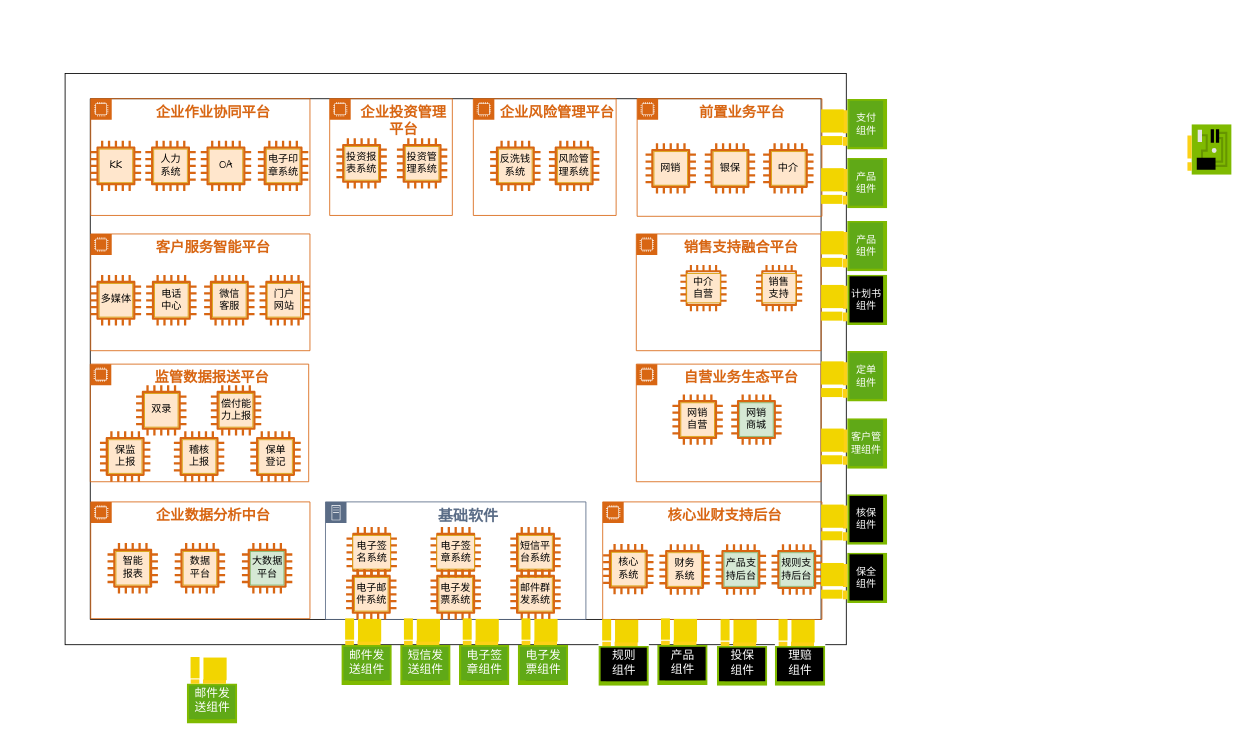
252943203/diagrams keeps this draw.io diagram as 架构图集/应用架构图.drawio. Above is the earlier version. Source tidied: cells renumbered, new cells numbered last; positions are measured from the earlier drawing's top-left corner, leaving out a move shared by most shapes. Both pictures are drawn from the tidied source at 84%, with x=0, y=0 at pixel (65, 73).
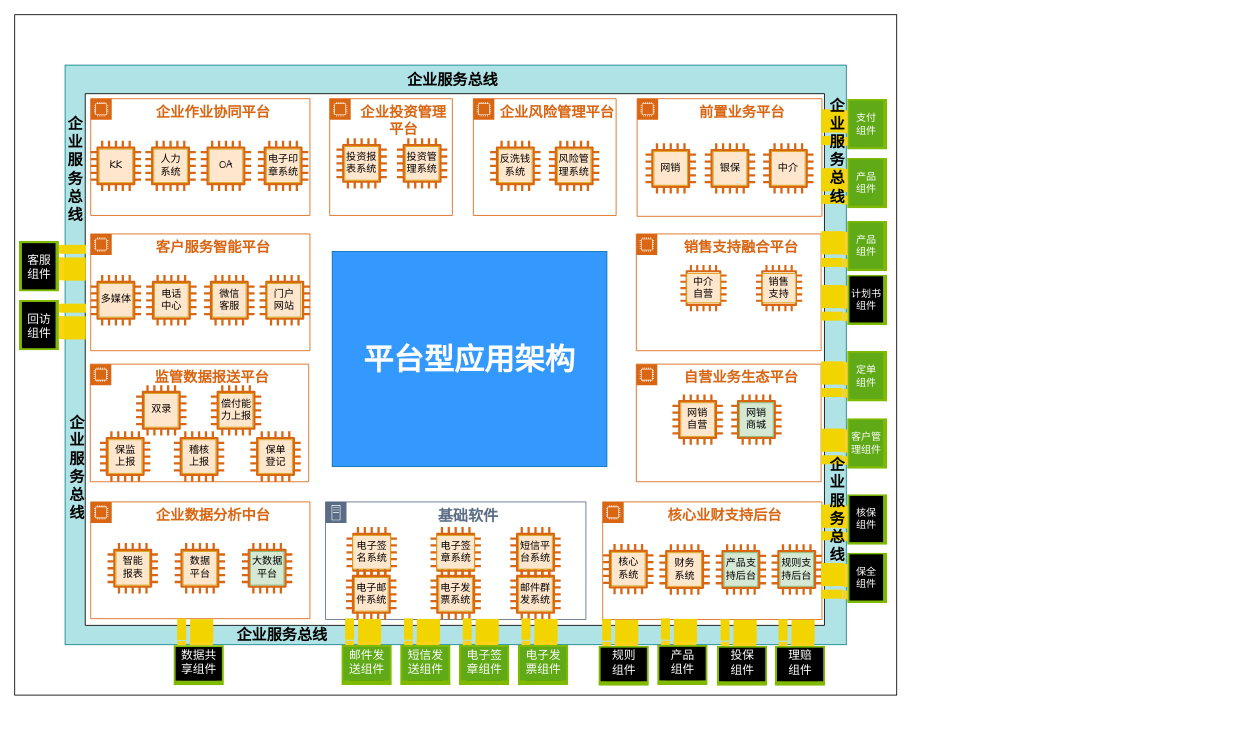
The same diagram, later.

Commit message (it also covers changes not shown here):
更新应用架构图.drawio

Change to the diagram source:
```diff
@@
+    <mxCell id="223" style="rounded=0;whiteSpace=wrap;html=1;strokeColor=#000000;strokeWidth=1;fillColor=none;" parent="1" vertex="1">
+      <mxGeometry x="-60" y="-70" width="1050" height="810" as="geometry" />
+    </mxCell>
-    <mxCell id="2" style="rounded=0;whiteSpace=wrap;html=1;" parent="1" vertex="1">
-      <mxGeometry width="930" height="680" as="geometry" />
+    <mxCell id="2" style="rounded=0;whiteSpace=wrap;html=1;fillColor=#b0e3e6;strokeColor=#0e8088;" parent="1" vertex="1">
+      <mxGeometry y="-10" width="930" height="690" as="geometry" />
     </mxCell>
     <mxCell id="3" style="verticalLabelPosition=bottom;verticalAlign=top;html=1;shape=mxgraph.basic.rect;fillColor2=none;strokeWidth=1;size=20;indent=5;" parent="1" vertex="1">
-      <mxGeometry x="30" y="30" width="870" height="620" as="geometry" />
+      <mxGeometry x="24" y="24" width="880" height="633" as="geometry" />
     </mxCell>
@@
-    <mxCell id="129" style="html=1;align=center;image;fontSize=12;image=img/lib/mscae/NetworkInterfaceCard.svg;rotation=-180;" parent="1" vertex="1">
-      <mxGeometry x="1335.4" y="60" width="52.8" height="60" as="geometry" />
-    </mxCell>
@@
     <mxCell id="161" style="group;" parent="1" vertex="1">
-      <mxGeometry x="910" y="500.5" width="70" height="60" as="geometry" />
+      <mxGeometry x="910" y="500.5" width="70" height="80" as="geometry" />
     </mxCell>
@@
+    <mxCell id="224" value="&lt;b&gt;&lt;font style=&quot;font-size: 18px&quot;&gt;企&lt;br&gt;业&lt;br&gt;服&lt;br&gt;务&lt;br&gt;总&lt;br&gt;线&lt;/font&gt;&lt;/b&gt;" style="text;html=1;align=center;verticalAlign=middle;fillColor=none;strokeColor=none;rounded=0;" parent="161" vertex="1">
+      <mxGeometry x="-6.2" y="-31" width="30" height="100" as="geometry" />
+    </mxCell>
@@
-    <mxCell id="171" style="group;rotation=90;fillColor=#ffffff;" parent="1" vertex="1">
+    <mxCell id="171" style="group;rotation=90;" parent="1" vertex="1">
       <mxGeometry x="840" y="665" width="70" height="60" as="geometry" />
     </mxCell>
-    <mxCell id="172" style="group;rotation=90;fillColor=#ffffff;" parent="1" vertex="1">
+    <mxCell id="172" style="group;rotation=90;" parent="1" vertex="1">
       <mxGeometry x="630" y="665" width="70" height="60" as="geometry" />
     </mxCell>
@@
-    <mxCell id="217" style="group;rotation=90;" parent="1" vertex="1">
-      <mxGeometry x="140" y="710" width="70" height="60" as="geometry" />
-    </mxCell>
-    <mxCell id="218" style="html=1;align=center;image;fontSize=12;image=img/lib/mscae/NetworkInterfaceCard.svg;rotation=-90;" parent="217" vertex="1">
-      <mxGeometry x="9" y="7" width="52.8" height="60" as="geometry" />
-    </mxCell>
-    <mxCell id="219" style="rounded=0;whiteSpace=wrap;html=1;strokeWidth=1;fontColor=#ffffff;strokeColor=none;fillColor=#F2D500;rotation=90;" parent="217" vertex="1">
-      <mxGeometry x="25" y="-15" width="27" height="27.6" as="geometry" />
-    </mxCell>
-    <mxCell id="220" style="rounded=0;whiteSpace=wrap;html=1;strokeWidth=1;fontColor=#ffffff;strokeColor=none;fillColor=#F2D500;rotation=90;" parent="217" vertex="1">
-      <mxGeometry x="2" y="-8" width="25.4" height="10.7" as="geometry" />
-    </mxCell>
-    <mxCell id="221" style="rounded=0;whiteSpace=wrap;html=1;strokeWidth=1;fillColor=#60a917;fontColor=#ffffff;strokeColor=none;rotation=90;" parent="217" vertex="1">
-      <mxGeometry x="15" y="11" width="40" height="55" as="geometry" />
-    </mxCell>
-    <mxCell id="222" value="&lt;font color=&quot;#ffffff&quot;&gt;&lt;span style=&quot;font-size: 14px&quot;&gt;邮件发&lt;br&gt;送组件&lt;/span&gt;&lt;/font&gt;" style="text;html=1;align=center;verticalAlign=middle;fillColor=none;strokeColor=none;rounded=0;" parent="217" vertex="1">
-      <mxGeometry x="5" y="21" width="60" height="30" as="geometry" />
-    </mxCell>
+    <mxCell id="225" style="group;" parent="1" vertex="1">
+      <mxGeometry x="129.1" y="649" width="60.4" height="80.3" as="geometry" />
+    </mxCell>
+    <mxCell id="226" style="group;rotation=90;" parent="225" vertex="1">
+      <mxGeometry x="-5" y="15.3" width="70" height="60" as="geometry" />
+    </mxCell>
+    <mxCell id="227" style="html=1;align=center;image;fontSize=12;image=img/lib/mscae/NetworkInterfaceCard.svg;rotation=-90;" parent="225" vertex="1">
+      <mxGeometry x="4" y="22.3" width="52.8" height="60" as="geometry" />
+    </mxCell>
+    <mxCell id="228" style="rounded=0;whiteSpace=wrap;html=1;strokeWidth=1;fontColor=#ffffff;strokeColor=none;fillColor=#F2D500;rotation=90;" parent="225" vertex="1">
+      <mxGeometry x="20" y="0.3" width="27" height="27.6" as="geometry" />
+    </mxCell>
+    <mxCell id="229" style="rounded=0;whiteSpace=wrap;html=1;strokeWidth=1;fontColor=#ffffff;strokeColor=none;fillColor=#F2D500;rotation=90;" parent="225" vertex="1">
+      <mxGeometry x="-3" y="7.3" width="25.4" height="10.7" as="geometry" />
+    </mxCell>
+    <mxCell id="230" style="rounded=0;whiteSpace=wrap;html=1;strokeWidth=1;fontColor=#ffffff;strokeColor=none;rotation=90;fillColor=#000000;" parent="225" vertex="1">
+      <mxGeometry x="10" y="26.3" width="40" height="55" as="geometry" />
+    </mxCell>
+    <mxCell id="231" value="&lt;font color=&quot;#ffffff&quot;&gt;&lt;span style=&quot;font-size: 14px&quot;&gt;数据共&lt;br&gt;享组件&lt;/span&gt;&lt;/font&gt;" style="text;html=1;align=center;verticalAlign=middle;fillColor=none;strokeColor=none;rounded=0;" parent="225" vertex="1">
+      <mxGeometry y="36.3" width="60" height="30" as="geometry" />
+    </mxCell>
+    <mxCell id="232" style="group;rotation=90;" parent="1" vertex="1">
+      <mxGeometry x="-43.4" y="190" width="73.4" height="80.3" as="geometry" />
+    </mxCell>
+    <mxCell id="233" style="group;rotation=180;" parent="232" vertex="1">
+      <mxGeometry x="-13" y="10" width="70" height="60" as="geometry" />
+    </mxCell>
+    <mxCell id="234" style="html=1;align=center;image;fontSize=12;image=img/lib/mscae/NetworkInterfaceCard.svg;rotation=0;" parent="232" vertex="1">
+      <mxGeometry x="-11" y="10" width="52.8" height="60" as="geometry" />
+    </mxCell>
+    <mxCell id="235" style="rounded=0;whiteSpace=wrap;html=1;strokeWidth=1;fontColor=#ffffff;strokeColor=none;fillColor=#F2D500;rotation=180;" parent="232" vertex="1">
+      <mxGeometry x="41" y="29" width="27" height="27.6" as="geometry" />
+    </mxCell>
+    <mxCell id="236" style="rounded=0;whiteSpace=wrap;html=1;strokeWidth=1;fontColor=#ffffff;strokeColor=none;fillColor=#F2D500;rotation=180;" parent="232" vertex="1">
+      <mxGeometry x="39" y="14" width="29.4" height="10.7" as="geometry" />
+    </mxCell>
+    <mxCell id="237" style="rounded=0;whiteSpace=wrap;html=1;strokeWidth=1;fontColor=#ffffff;strokeColor=none;rotation=180;fillColor=#000000;" parent="232" vertex="1">
+      <mxGeometry x="-8" y="12" width="40" height="55" as="geometry" />
+    </mxCell>
+    <mxCell id="238" value="&lt;font color=&quot;#ffffff&quot; style=&quot;font-size: 14px&quot;&gt;客服&lt;br&gt;组件&lt;/font&gt;" style="text;html=1;align=center;verticalAlign=middle;fillColor=none;strokeColor=none;rounded=0;" parent="232" vertex="1">
+      <mxGeometry x="-8" y="24.5" width="40" height="30" as="geometry" />
+    </mxCell>
+    <mxCell id="239" value="&lt;font style=&quot;font-size: 36px&quot;&gt;&lt;b&gt;平台型应用架构&lt;/b&gt;&lt;/font&gt;" style="rounded=0;whiteSpace=wrap;html=1;strokeColor=#006EAF;strokeWidth=1;fontColor=#ffffff;fillColor=#3399FF;" parent="1" vertex="1">
+      <mxGeometry x="318" y="212" width="327" height="256" as="geometry" />
+    </mxCell>
+    <mxCell id="240" value="&lt;b&gt;&lt;font style=&quot;font-size: 18px&quot;&gt;企业服务总线&lt;/font&gt;&lt;/b&gt;" style="text;html=1;align=center;verticalAlign=middle;fillColor=none;strokeColor=none;rounded=0;" parent="1" vertex="1">
+      <mxGeometry x="401" y="-2" width="120" height="20" as="geometry" />
+    </mxCell>
+    <mxCell id="241" style="group;rotation=90;" parent="1" vertex="1">
+      <mxGeometry x="-44.4" y="260" width="73.4" height="80.3" as="geometry" />
+    </mxCell>
+    <mxCell id="242" style="group;rotation=180;" parent="241" vertex="1">
+      <mxGeometry x="-12" y="10" width="70" height="60" as="geometry" />
+    </mxCell>
+    <mxCell id="243" style="html=1;align=center;image;fontSize=12;image=img/lib/mscae/NetworkInterfaceCard.svg;rotation=0;" parent="241" vertex="1">
+      <mxGeometry x="-10" y="10" width="52.8" height="60" as="geometry" />
+    </mxCell>
+    <mxCell id="244" style="rounded=0;whiteSpace=wrap;html=1;strokeWidth=1;fontColor=#ffffff;strokeColor=none;fillColor=#F2D500;rotation=180;" parent="241" vertex="1">
+      <mxGeometry x="42" y="29" width="27" height="27.6" as="geometry" />
+    </mxCell>
+    <mxCell id="245" style="rounded=0;whiteSpace=wrap;html=1;strokeWidth=1;fontColor=#ffffff;strokeColor=none;fillColor=#F2D500;rotation=180;" parent="241" vertex="1">
+      <mxGeometry x="40" y="14" width="29.4" height="10.7" as="geometry" />
+    </mxCell>
+    <mxCell id="246" style="rounded=0;whiteSpace=wrap;html=1;strokeWidth=1;fontColor=#ffffff;strokeColor=none;rotation=180;fillColor=#000000;" parent="241" vertex="1">
+      <mxGeometry x="-7" y="12" width="40" height="55" as="geometry" />
+    </mxCell>
+    <mxCell id="247" value="&lt;font color=&quot;#ffffff&quot; style=&quot;font-size: 14px&quot;&gt;回访&lt;br&gt;组件&lt;/font&gt;" style="text;html=1;align=center;verticalAlign=middle;fillColor=none;strokeColor=none;rounded=0;" parent="241" vertex="1">
+      <mxGeometry x="-7" y="24.5" width="40" height="30" as="geometry" />
+    </mxCell>
+    <mxCell id="248" value="&lt;b&gt;&lt;font style=&quot;font-size: 18px&quot;&gt;企&lt;br&gt;业&lt;br&gt;服&lt;br&gt;务&lt;br&gt;总&lt;br&gt;线&lt;/font&gt;&lt;/b&gt;" style="text;html=1;align=center;verticalAlign=middle;fillColor=none;strokeColor=none;rounded=0;" parent="1" vertex="1">
+      <mxGeometry x="-1.5" y="420" width="30" height="100" as="geometry" />
+    </mxCell>
+    <mxCell id="249" value="&lt;b&gt;&lt;font style=&quot;font-size: 18px&quot;&gt;企&lt;br&gt;业&lt;br&gt;服&lt;br&gt;务&lt;br&gt;总&lt;br&gt;线&lt;/font&gt;&lt;/b&gt;" style="text;html=1;align=center;verticalAlign=middle;fillColor=none;strokeColor=none;rounded=0;" parent="1" vertex="1">
+      <mxGeometry x="-3" y="65" width="30" height="100" as="geometry" />
+    </mxCell>
+    <mxCell id="250" value="&lt;b&gt;&lt;font style=&quot;font-size: 18px&quot;&gt;企业服务总线&lt;/font&gt;&lt;/b&gt;" style="text;html=1;align=center;verticalAlign=middle;fillColor=none;strokeColor=none;rounded=0;" parent="1" vertex="1">
+      <mxGeometry x="198" y="659" width="120" height="20" as="geometry" />
+    </mxCell>
+    <mxCell id="251" value="&lt;b&gt;&lt;font style=&quot;font-size: 18px&quot;&gt;企&lt;br&gt;业&lt;br&gt;服&lt;br&gt;务&lt;br&gt;总&lt;br&gt;线&lt;/font&gt;&lt;/b&gt;" style="text;html=1;align=center;verticalAlign=middle;fillColor=none;strokeColor=none;rounded=0;" parent="1" vertex="1">
+      <mxGeometry x="904" y="43" width="30" height="100" as="geometry" />
+    </mxCell>
```
